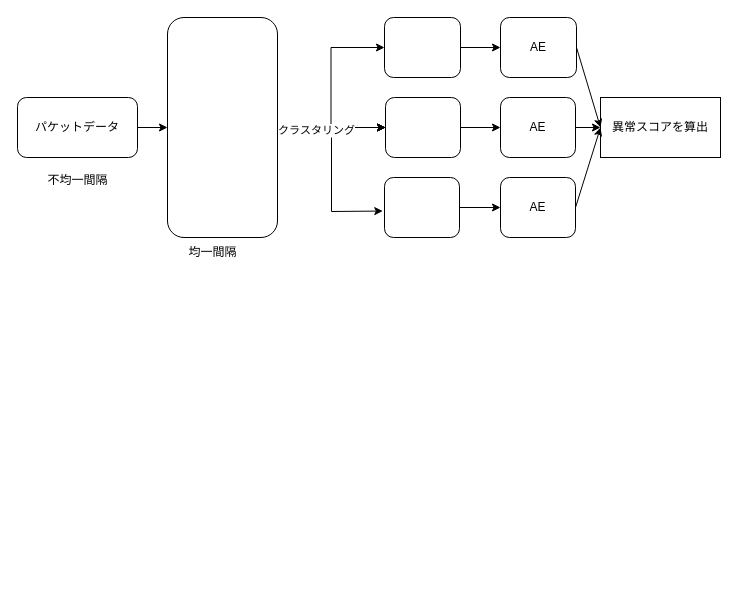
The draw.io diagram kitsune.drawio in Rwatana/Rwatana.github.io, before the edit. Source tidied: cells renumbered, new cells numbered last; positions are measured from the earlier drawing's top-left corner, leaving out a move shared by most shapes. Both pictures are drawn from the tidied source at 100%, with x=0, y=0 at pixel (17, 17).
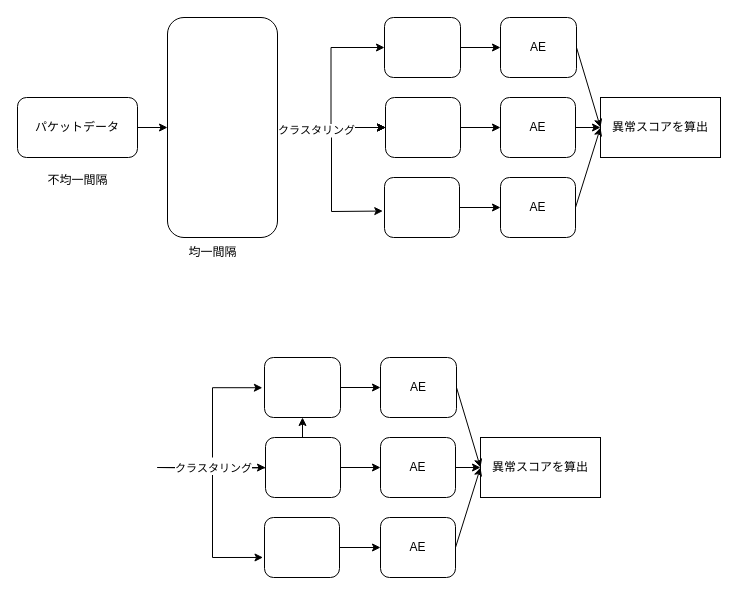
After the change.

Commit message:
kitsune.drawio を更新します

The edit, as a diff of the source:
```diff
@@
+    <mxCell id="27" style="edgeStyle=orthogonalEdgeStyle;rounded=0;jettySize=auto;html=1;" parent="1" edge="1" target="33">
+      <mxGeometry relative="1" as="geometry">
+        <mxPoint x="140" y="450" as="sourcePoint" />
+      </mxGeometry>
+    </mxCell>
+    <mxCell id="28" style="edgeStyle=orthogonalEdgeStyle;rounded=0;jettySize=auto;html=1;" parent="1" edge="1" target="35">
+      <mxGeometry relative="1" as="geometry">
+        <mxPoint x="140" y="450" as="sourcePoint" />
+      </mxGeometry>
+    </mxCell>
+    <mxCell id="29" style="edgeStyle=orthogonalEdgeStyle;rounded=0;jettySize=auto;html=1;entryX=-0.028;entryY=0.504;entryDx=0;entryDy=0;entryPerimeter=0;" parent="1" edge="1" target="33">
+      <mxGeometry relative="1" as="geometry">
+        <mxPoint x="195" y="440" as="sourcePoint" />
+        <Array as="points">
+          <mxPoint x="195" y="370" />
+        </Array>
+      </mxGeometry>
+    </mxCell>
+    <mxCell id="30" style="edgeStyle=orthogonalEdgeStyle;rounded=0;jettySize=auto;html=1;entryX=-0.02;entryY=0.666;entryDx=0;entryDy=0;entryPerimeter=0;" parent="1" edge="1" target="37">
+      <mxGeometry relative="1" as="geometry">
+        <mxPoint x="140" y="450" as="sourcePoint" />
+        <Array as="points">
+          <mxPoint x="160" y="450" />
+          <mxPoint x="160" y="451" />
+          <mxPoint x="195" y="451" />
+          <mxPoint x="195" y="540" />
+        </Array>
+      </mxGeometry>
+    </mxCell>
+    <mxCell id="31" value="クラスタリング" style="edgeLabel;html=1;align=center;verticalAlign=middle;" parent="30" vertex="1">
+      <mxGeometry x="-0.29" y="-2" relative="1" as="geometry">
+        <mxPoint x="2" y="-14" as="offset" />
+      </mxGeometry>
+    </mxCell>
+    <mxCell id="32" style="edgeStyle=orthogonalEdgeStyle;rounded=0;jettySize=auto;html=1;" parent="1" edge="1" source="33" target="38">
+      <mxGeometry relative="1" as="geometry" />
+    </mxCell>
+    <mxCell id="33" style="whiteSpace=wrap;html=1;rounded=1;" parent="1" vertex="1">
+      <mxGeometry x="247" y="340" width="76" height="60" as="geometry" />
+    </mxCell>
+    <mxCell id="34" style="edgeStyle=orthogonalEdgeStyle;rounded=0;jettySize=auto;html=1;" parent="1" edge="1" source="35" target="39">
+      <mxGeometry relative="1" as="geometry" />
+    </mxCell>
+    <mxCell id="35" style="whiteSpace=wrap;html=1;rounded=1;" parent="1" vertex="1">
+      <mxGeometry x="248" y="420" width="75" height="60" as="geometry" />
+    </mxCell>
+    <mxCell id="36" style="edgeStyle=orthogonalEdgeStyle;rounded=0;jettySize=auto;html=1;" parent="1" edge="1" source="37" target="40">
+      <mxGeometry relative="1" as="geometry" />
+    </mxCell>
+    <mxCell id="37" style="whiteSpace=wrap;html=1;rounded=1;" parent="1" vertex="1">
+      <mxGeometry x="247" y="500" width="75" height="60" as="geometry" />
+    </mxCell>
+    <mxCell id="38" value="AE" style="whiteSpace=wrap;html=1;rounded=1;" parent="1" vertex="1">
+      <mxGeometry x="363" y="340" width="76" height="60" as="geometry" />
+    </mxCell>
+    <mxCell id="39" value="AE" style="whiteSpace=wrap;html=1;rounded=1;" parent="1" vertex="1">
+      <mxGeometry x="363" y="420" width="75" height="60" as="geometry" />
+    </mxCell>
+    <mxCell id="40" value="AE" style="whiteSpace=wrap;html=1;rounded=1;" parent="1" vertex="1">
+      <mxGeometry x="363" y="500" width="75" height="60" as="geometry" />
+    </mxCell>
+    <mxCell id="41" value="異常スコアを算出" style="rounded=0;whiteSpace=wrap;html=1;" parent="1" vertex="1">
+      <mxGeometry x="463" y="420" width="120" height="60" as="geometry" />
+    </mxCell>
+    <mxCell id="42" style="endArrow=classic;html=1;rounded=0;exitX=1;exitY=0.5;exitDx=0;exitDy=0;entryX=0;entryY=0.5;entryDx=0;entryDy=0;" parent="1" edge="1" source="38" target="41">
+      <mxGeometry relative="1" as="geometry" />
+    </mxCell>
+    <mxCell id="43" style="endArrow=classic;html=1;rounded=0;exitX=1;exitY=0.5;exitDx=0;exitDy=0;entryX=0;entryY=0.5;entryDx=0;entryDy=0;" parent="1" edge="1" source="39" target="41">
+      <mxGeometry relative="1" as="geometry" />
+    </mxCell>
+    <mxCell id="44" style="endArrow=classic;html=1;rounded=0;exitX=1;exitY=0.5;exitDx=0;exitDy=0;entryX=0;entryY=0.5;entryDx=0;entryDy=0;" parent="1" edge="1" source="40" target="41">
+      <mxGeometry relative="1" as="geometry" />
+    </mxCell>
```
